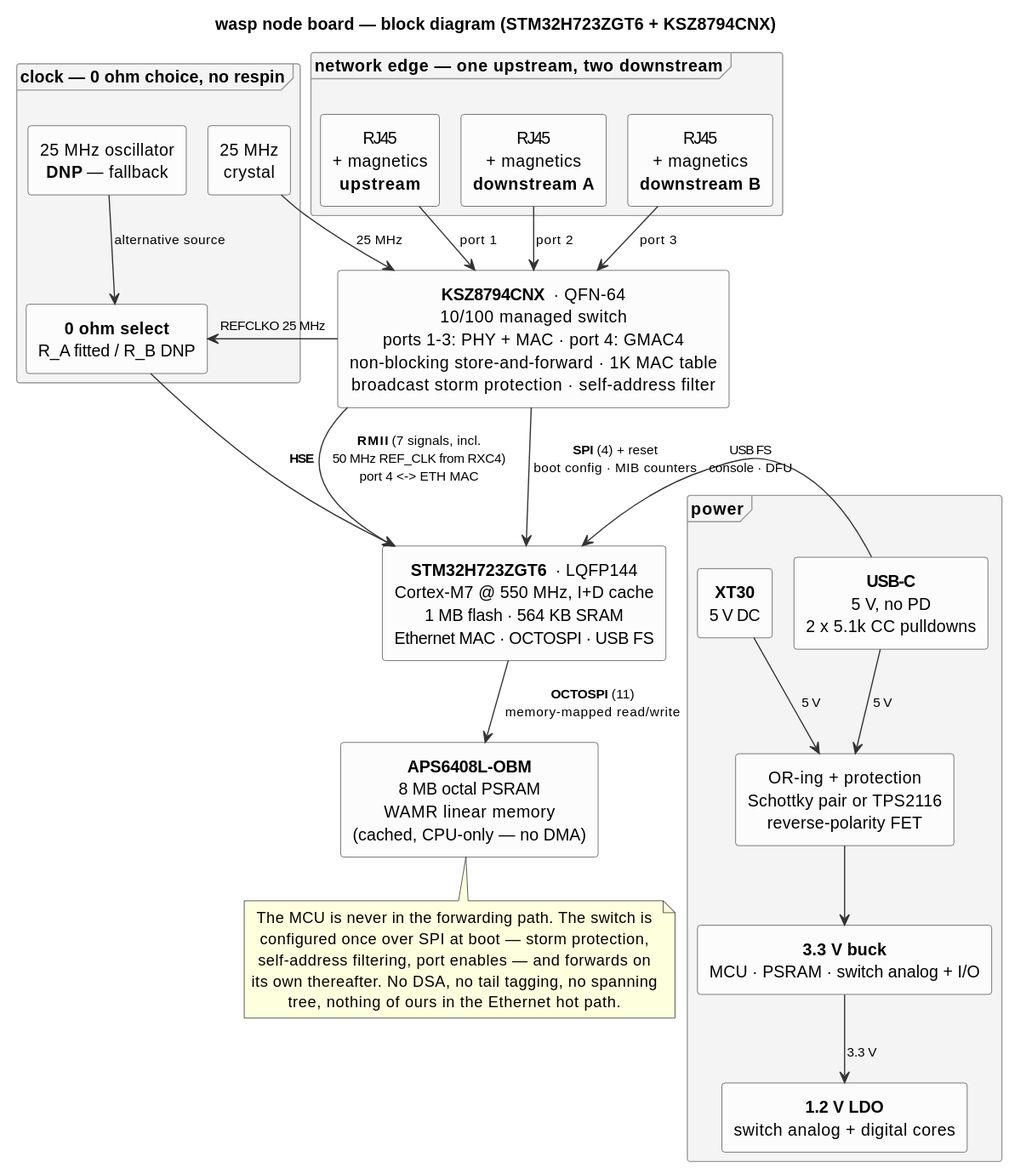
Before: docs/diagrams/node-board.svg, a diagram exported from PlantUML (oskarvh/wasp).
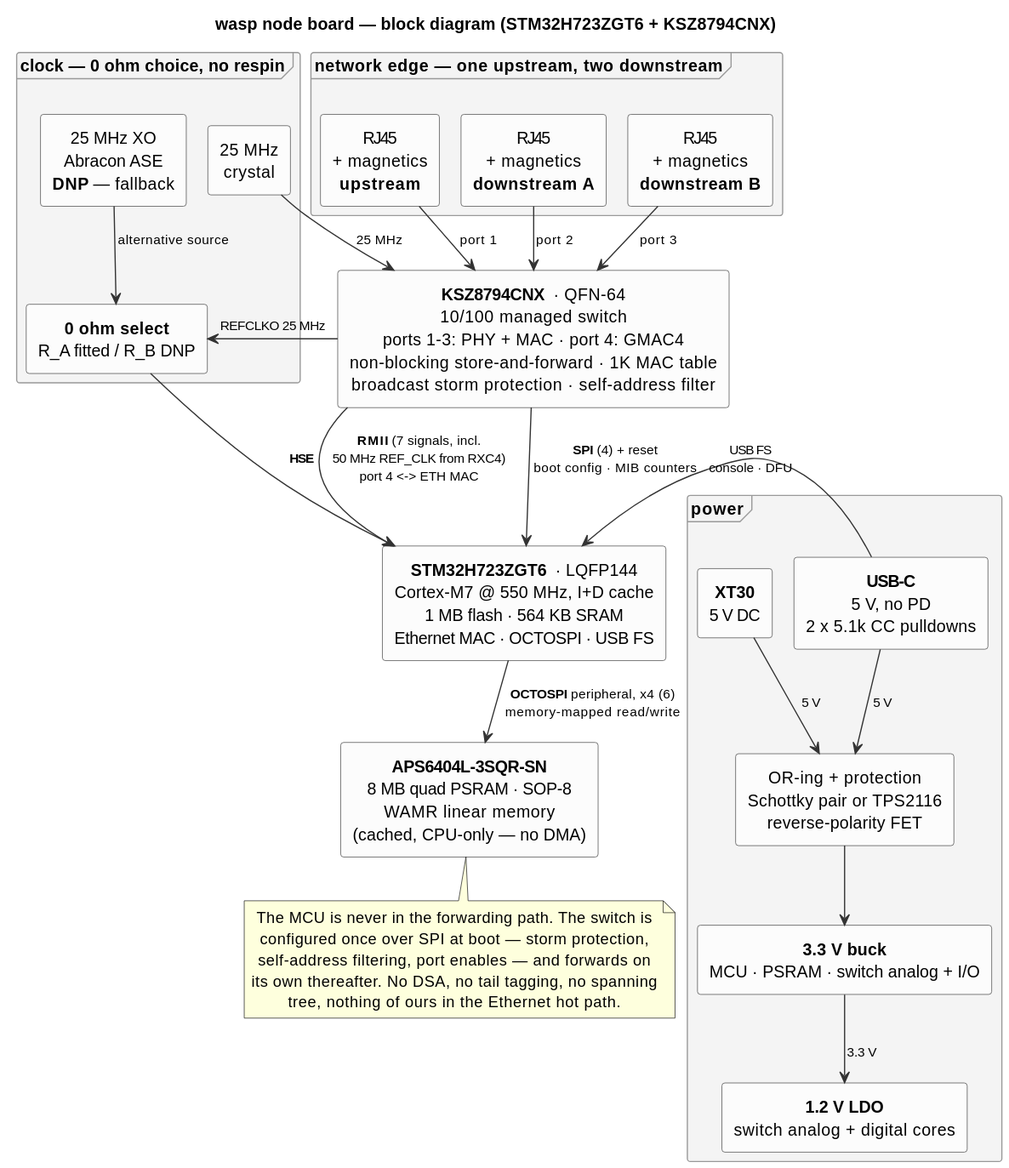
The same diagram one commit later.

The edit, as a diff of the source:
```diff
@@ -24,11 +24,11 @@
 
 rectangle "**STM32H723ZGT6**  ·  LQFP144\nCortex-M7 @ 550 MHz, I+D cache\n1 MB flash · 564 KB SRAM\nEthernet MAC · OCTOSPI · USB FS" as MCU
 
-rectangle "**APS6408L-OBM**\n8 MB octal PSRAM\nWAMR linear memory\n(cached, CPU-only — no DMA)" as RAM
+rectangle "**APS6404L-3SQR-SN**\n8 MB quad PSRAM · SOP-8\nWAMR linear memory\n(cached, CPU-only — no DMA)" as RAM
 
 frame "clock — 0 ohm choice, no respin" as CLK {
   rectangle "25 MHz\ncrystal" as XTAL
-  rectangle "25 MHz oscillator\n**DNP** — fallback" as OSC
+  rectangle "25 MHz XO\nAbracon ASE\n**DNP** — fallback" as OSC
   rectangle "**0 ohm select**\nR_A fitted / R_B DNP" as CLKSEL
 }
 
@@ -46,7 +46,7 @@
 
 SW -down-> MCU : **RMII** (7 signals, incl.\n50 MHz REF_CLK from RXC4)\nport 4 <-> ETH MAC
 SW -down-> MCU : **SPI** (4) + reset\nboot config · MIB counters
-MCU -down-> RAM : **OCTOSPI** (11)\nmemory-mapped read/write
+MCU -down-> RAM : **OCTOSPI** peripheral, x4 (6)\nmemory-mapped read/write
 USBC -left-> MCU : USB FS\nconsole · DFU
 
 XTAL -right-> SW : 25 MHz
```
